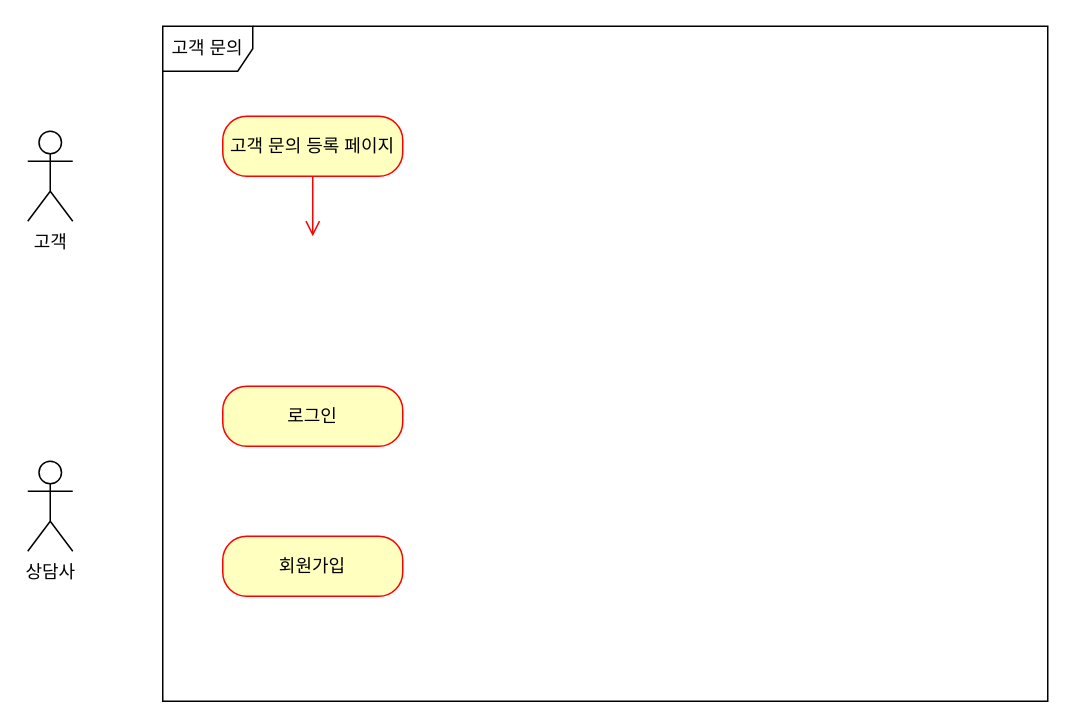
Before: 제목 없는 다이어그램.drawio in heoheon-developer/pay-cs-system, a draw.io diagram. Source tidied: cells renumbered, new cells numbered last; positions are measured from the earlier drawing's top-left corner, leaving out a move shared by most shapes. Both pictures are drawn from the tidied source at 150%, with x=0, y=0 at pixel (27, 26).
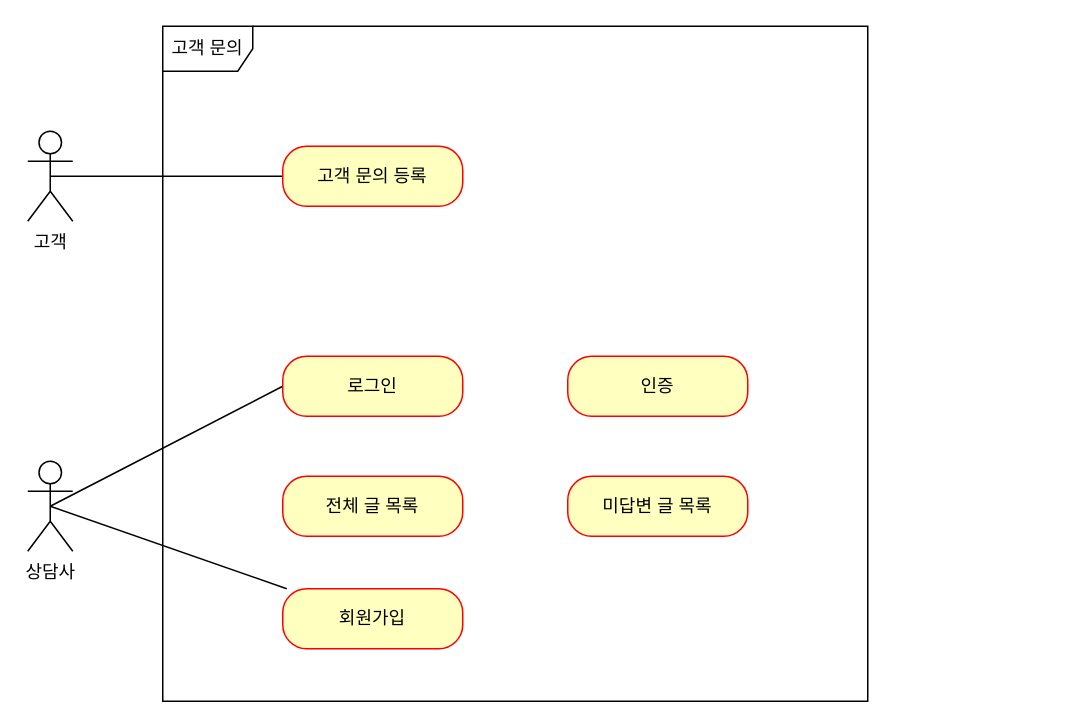
The same page after the edit.

Commit message (it also covers changes not shown here):
제목 없는 다이어그램.drawio 업데이트

The edit, as a diff of the source:
```diff
@@
 <mxGraphModel>
   <root>
     <mxCell id="0" />
     <mxCell id="1" parent="0" />
     <mxCell id="2" value="고객" style="shape=umlActor;verticalLabelPosition=bottom;verticalAlign=top;html=1;" parent="1" vertex="1">
       <mxGeometry y="70" width="30" height="60" as="geometry" />
     </mxCell>
     <mxCell id="3" value="고객 문의" style="shape=umlFrame;whiteSpace=wrap;html=1;" parent="1" vertex="1">
-      <mxGeometry x="90" width="590" height="450" as="geometry" />
+      <mxGeometry x="90" width="470" height="450" as="geometry" />
     </mxCell>
     <mxCell id="4" value="상담사" style="shape=umlActor;verticalLabelPosition=bottom;verticalAlign=top;html=1;" parent="1" vertex="1">
       <mxGeometry y="290" width="30" height="60" as="geometry" />
     </mxCell>
+    <mxCell id="9" style="edgeStyle=none;rounded=0;jettySize=auto;html=1;endArrow=none;endFill=0;" parent="1" edge="1" source="5">
+      <mxGeometry relative="1" as="geometry">
+        <mxPoint x="15" y="100" as="targetPoint" />
+      </mxGeometry>
+    </mxCell>
-    <mxCell id="5" value="고객 문의 등록 페이지" style="rounded=1;whiteSpace=wrap;html=1;arcSize=40;fontColor=#000000;fillColor=#ffffc0;strokeColor=#ff0000;" parent="1" vertex="1">
-      <mxGeometry x="130" y="60" width="120" height="40" as="geometry" />
+    <mxCell id="5" value="고객 문의 등록" style="rounded=1;whiteSpace=wrap;html=1;arcSize=40;fontColor=#000000;fillColor=#ffffc0;strokeColor=#ff0000;" parent="1" vertex="1">
+      <mxGeometry x="170" y="80" width="120" height="40" as="geometry" />
     </mxCell>
-    <mxCell id="6" style="edgeStyle=orthogonalEdgeStyle;html=1;verticalAlign=bottom;endArrow=open;endSize=8;strokeColor=#ff0000;rounded=0;" parent="1" edge="1" source="5">
-      <mxGeometry relative="1" as="geometry">
-        <mxPoint x="190" y="140" as="targetPoint" />
-      </mxGeometry>
-    </mxCell>
+    <mxCell id="10" style="rounded=0;jettySize=auto;html=1;entryX=0.5;entryY=0.5;entryDx=0;entryDy=0;entryPerimeter=0;endArrow=none;endFill=0;exitX=0;exitY=0.5;exitDx=0;exitDy=0;" parent="1" edge="1" source="7" target="4">
+      <mxGeometry relative="1" as="geometry" />
+    </mxCell>
     <mxCell id="7" value="로그인" style="rounded=1;whiteSpace=wrap;html=1;arcSize=40;fontColor=#000000;fillColor=#ffffc0;strokeColor=#ff0000;" parent="1" vertex="1">
-      <mxGeometry x="130" y="240" width="120" height="40" as="geometry" />
+      <mxGeometry x="170" y="220" width="120" height="40" as="geometry" />
     </mxCell>
+    <mxCell id="11" style="edgeStyle=none;rounded=0;jettySize=auto;html=1;endArrow=none;endFill=0;entryX=0.5;entryY=0.5;entryDx=0;entryDy=0;entryPerimeter=0;" parent="1" edge="1" source="8" target="4">
+      <mxGeometry relative="1" as="geometry" />
+    </mxCell>
     <mxCell id="8" value="회원가입" style="rounded=1;whiteSpace=wrap;html=1;arcSize=40;fontColor=#000000;fillColor=#ffffc0;strokeColor=#ff0000;" parent="1" vertex="1">
-      <mxGeometry x="130" y="340" width="120" height="40" as="geometry" />
+      <mxGeometry x="170" y="375" width="120" height="40" as="geometry" />
     </mxCell>
+    <mxCell id="12" value="전체 글 목록" style="rounded=1;whiteSpace=wrap;html=1;arcSize=40;fontColor=#000000;fillColor=#ffffc0;strokeColor=#ff0000;" parent="1" vertex="1">
+      <mxGeometry x="170" y="300" width="120" height="40" as="geometry" />
+    </mxCell>
+    <mxCell id="13" value="미답변 글 목록" style="rounded=1;whiteSpace=wrap;html=1;arcSize=40;fontColor=#000000;fillColor=#ffffc0;strokeColor=#ff0000;" parent="1" vertex="1">
+      <mxGeometry x="360" y="300" width="120" height="40" as="geometry" />
+    </mxCell>
+    <mxCell id="14" value="인증" style="rounded=1;whiteSpace=wrap;html=1;arcSize=40;fontColor=#000000;fillColor=#ffffc0;strokeColor=#ff0000;" parent="1" vertex="1">
+      <mxGeometry x="360" y="220" width="120" height="40" as="geometry" />
+    </mxCell>
   </root>
 </mxGraphModel>
```
